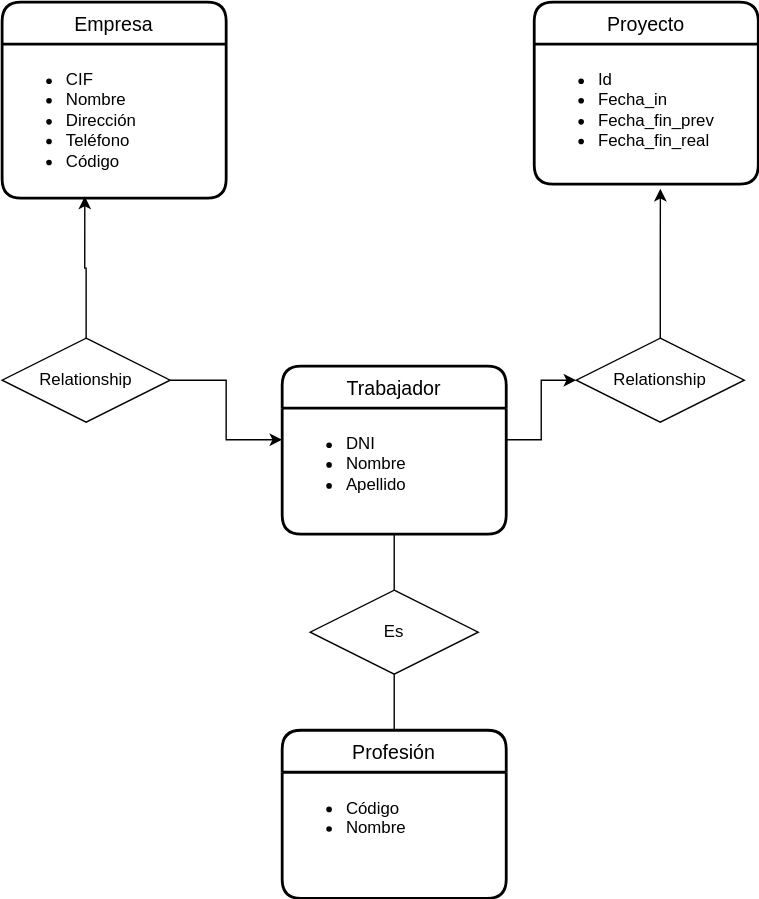
Jimxx22/C3-UD11-UML keeps this draw.io diagram as UD12-12.svg. Above is the earlier version. Source tidied: cells renumbered, new cells last; positions are measured from the earlier drawing's top-left corner, leaving out a move shared by most shapes.
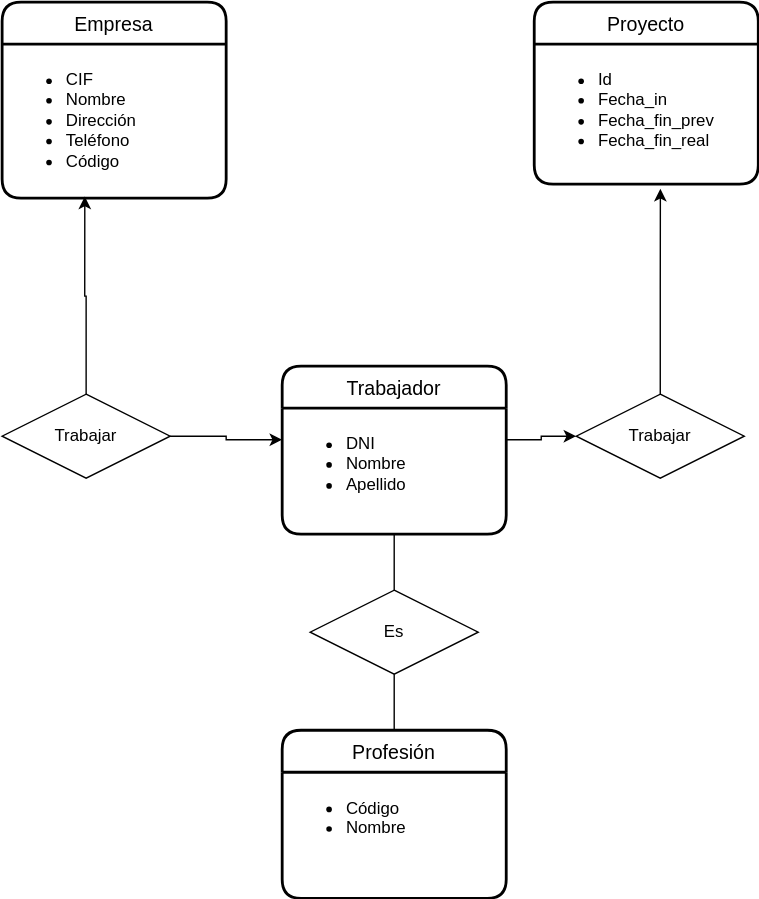
After the commit.

Change to the diagram source:
```diff
@@ -41,14 +41,14 @@
     <mxCell id="14" style="endArrow=none;html=1;rounded=0;labelBackgroundColor=none;entryX=0.5;entryY=0;entryDx=0;entryDy=0;exitX=0.5;exitY=1;exitDx=0;exitDy=0;" parent="1" edge="1" source="7" target="10">
       <mxGeometry relative="1" as="geometry" />
     </mxCell>
-    <mxCell id="15" value="Relationship" style="shape=rhombus;perimeter=rhombusPerimeter;whiteSpace=wrap;html=1;align=center;" parent="1" vertex="1">
-      <mxGeometry y="240" width="120" height="60" as="geometry" />
+    <mxCell id="15" value="Trabajar" style="shape=rhombus;perimeter=rhombusPerimeter;whiteSpace=wrap;html=1;align=center;" parent="1" vertex="1">
+      <mxGeometry y="280" width="120" height="60" as="geometry" />
     </mxCell>
     <mxCell id="16" style="edgeStyle=orthogonalEdgeStyle;rounded=0;jettySize=auto;html=1;exitX=0.5;exitY=0;exitDx=0;exitDy=0;entryX=0.563;entryY=1.033;entryDx=0;entryDy=0;entryPerimeter=0;" parent="1" edge="1" source="17" target="5">
       <mxGeometry relative="1" as="geometry" />
     </mxCell>
-    <mxCell id="17" value="Relationship" style="shape=rhombus;perimeter=rhombusPerimeter;whiteSpace=wrap;html=1;align=center;" parent="1" vertex="1">
-      <mxGeometry x="410" y="240" width="120" height="60" as="geometry" />
+    <mxCell id="17" value="Trabajar" style="shape=rhombus;perimeter=rhombusPerimeter;whiteSpace=wrap;html=1;align=center;" parent="1" vertex="1">
+      <mxGeometry x="410" y="280" width="120" height="60" as="geometry" />
     </mxCell>
     <mxCell id="18" style="edgeStyle=orthogonalEdgeStyle;rounded=0;jettySize=auto;html=1;exitX=1;exitY=0.25;exitDx=0;exitDy=0;" parent="1" edge="1" source="7" target="17">
       <mxGeometry relative="1" as="geometry" />
```
